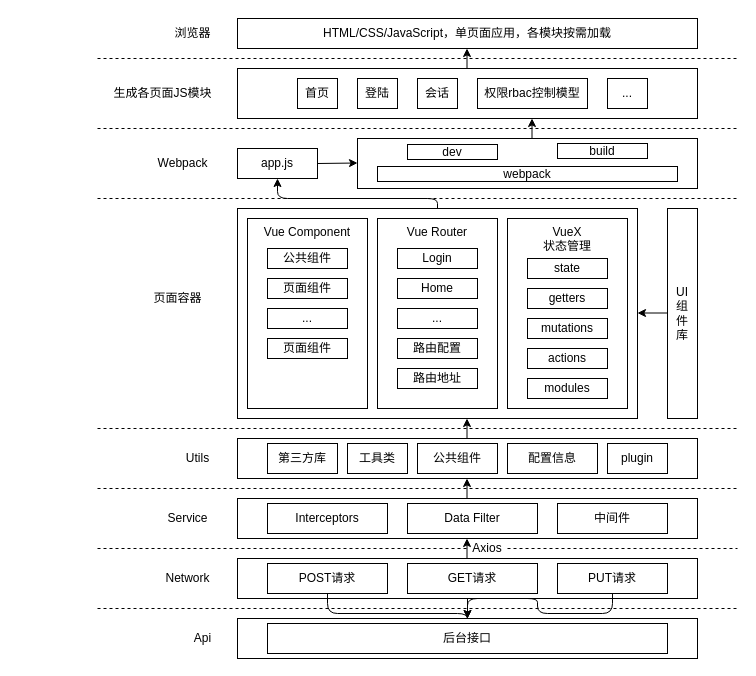
The draw.io diagram 未命名绘图.drawio in magicgaorui/-, before the edit. Source tidied: cells renumbered, new cells numbered last; positions are measured from the earlier drawing's top-left corner, leaving out a move shared by most shapes. Both pictures are drawn from the tidied source at 100%, with x=0, y=0 at pixel (97, 18).
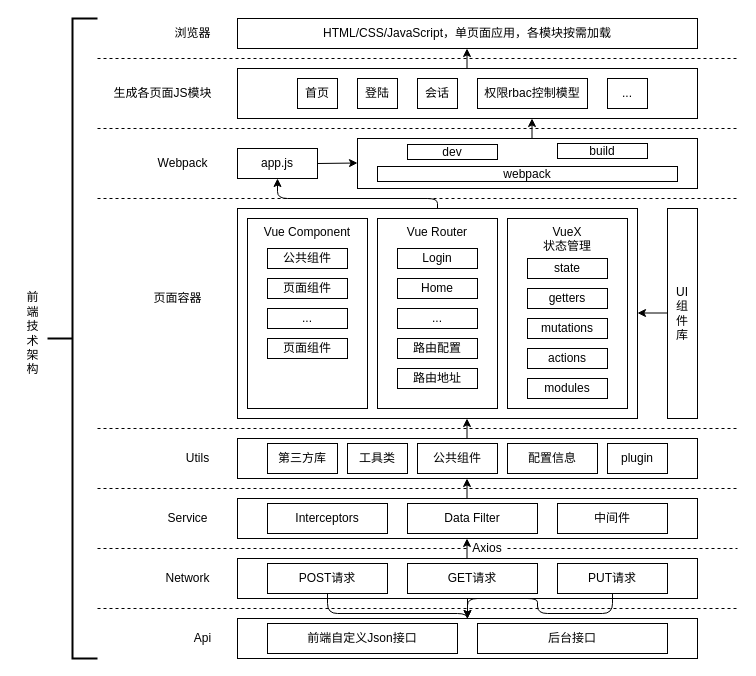
Above is the later version.

Change to the diagram source:
```diff
@@
     <mxCell id="76" value="后台接口" style="rounded=0;whiteSpace=wrap;html=1;" parent="1" vertex="1">
-      <mxGeometry x="170" y="605" width="400" height="30" as="geometry" />
+      <mxGeometry x="380" y="605" width="190" height="30" as="geometry" />
     </mxCell>
+    <mxCell id="77" style="strokeWidth=2;html=1;shape=mxgraph.flowchart.annotation_2;align=left;labelPosition=right;rounded=0;shadow=0;glass=0;sketch=0;" parent="1" vertex="1">
+      <mxGeometry x="-50" width="50" height="640" as="geometry" />
+    </mxCell>
+    <mxCell id="78" value="前&lt;br&gt;端&lt;br&gt;技&lt;br&gt;术&lt;br&gt;架&lt;br&gt;构" style="text;html=1;align=center;verticalAlign=middle;strokeColor=none;" parent="1" vertex="1">
+      <mxGeometry x="-80" y="270" width="30" height="90" as="geometry" />
+    </mxCell>
+    <mxCell id="79" value="前端自定义Json接口" style="rounded=0;whiteSpace=wrap;html=1;" parent="1" vertex="1">
+      <mxGeometry x="170" y="605" width="190" height="30" as="geometry" />
+    </mxCell>
```
